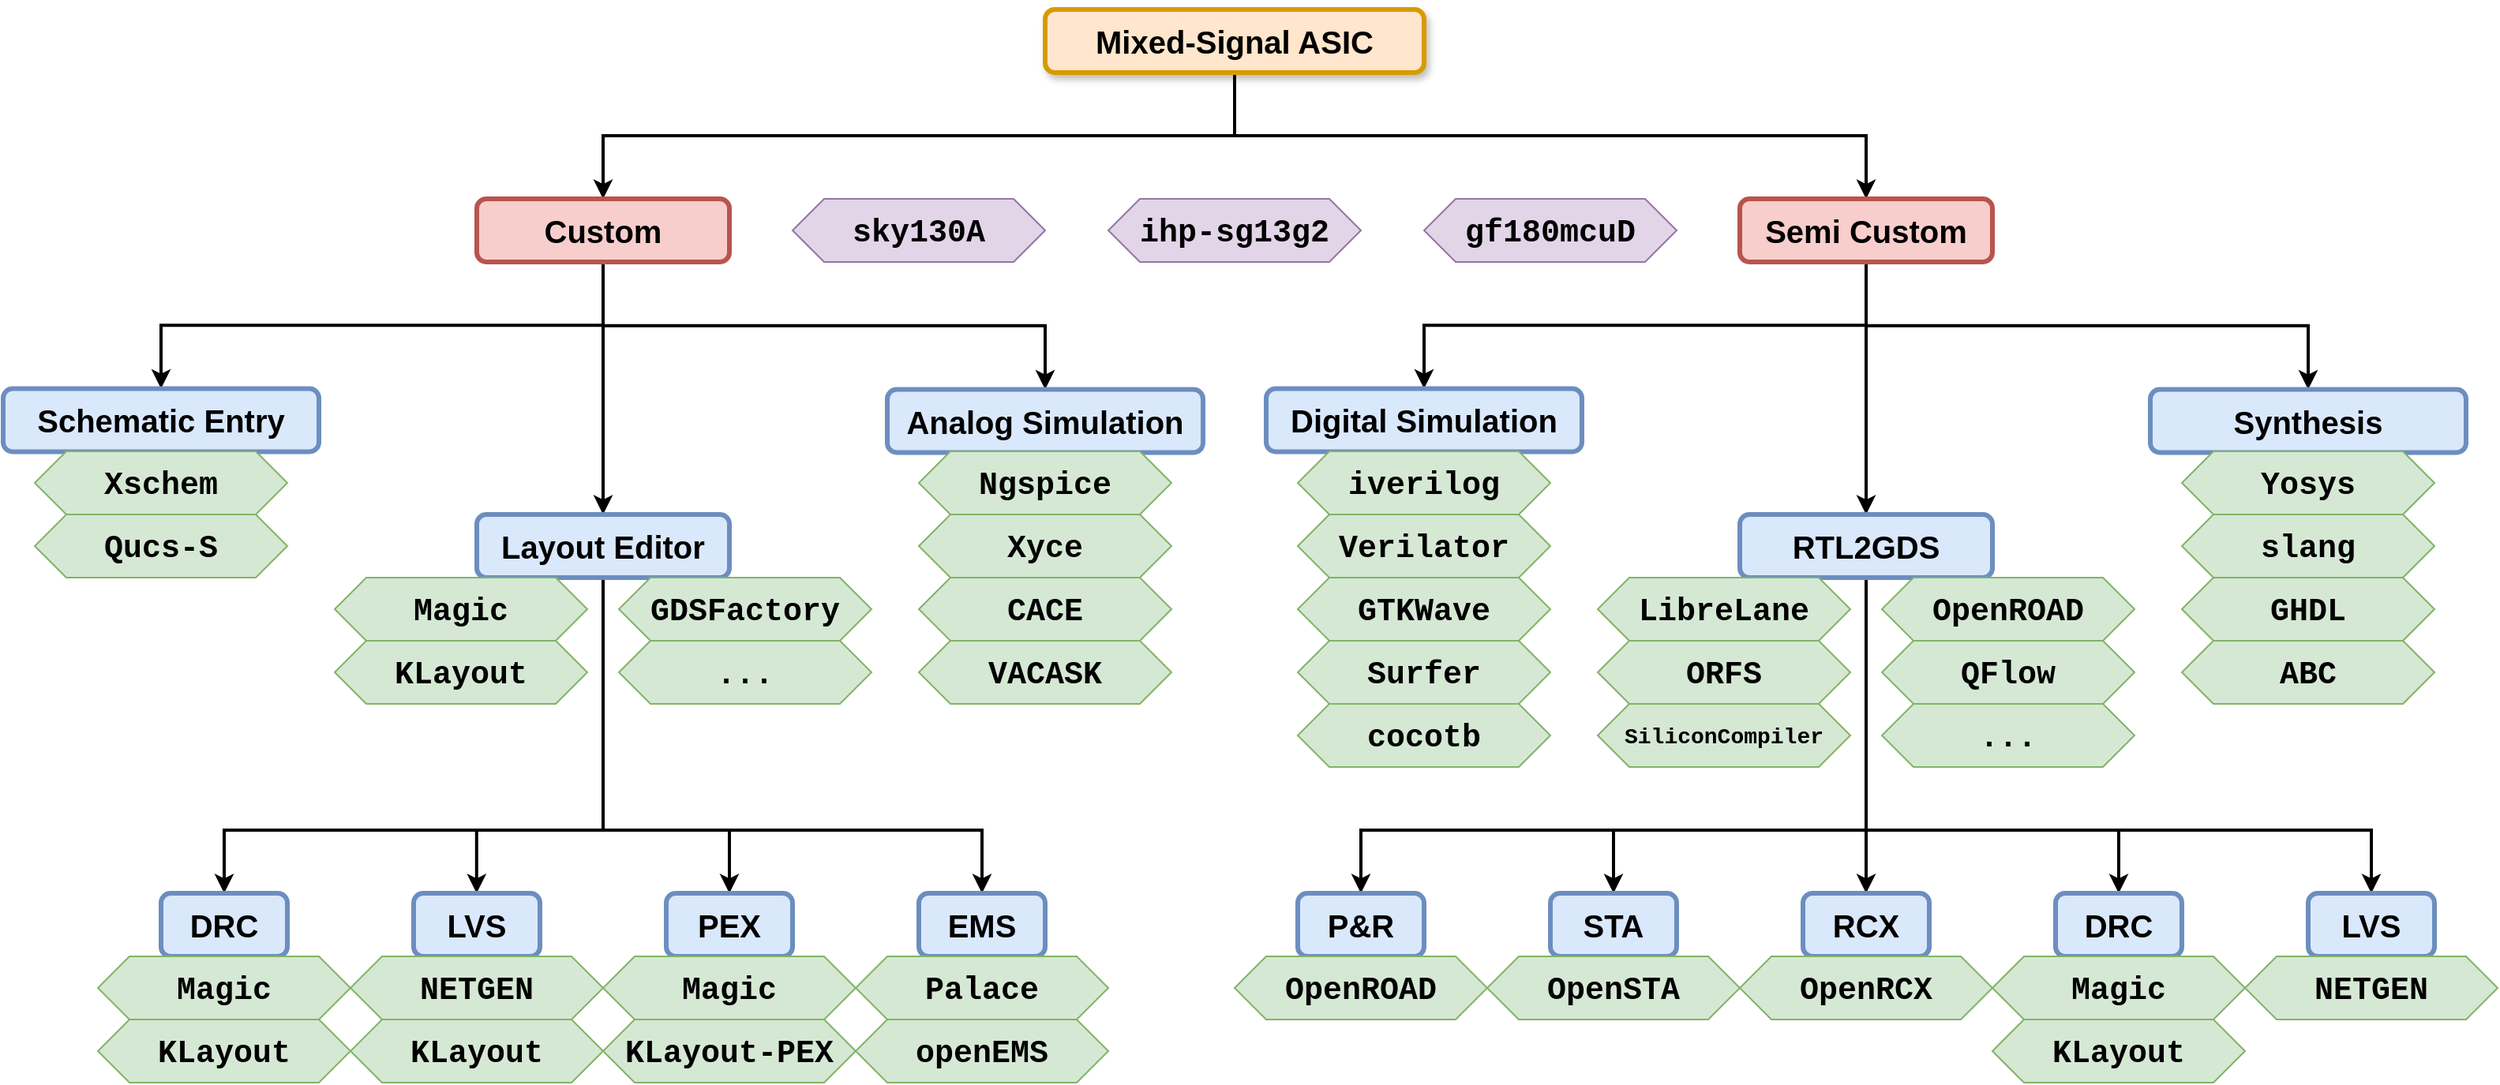
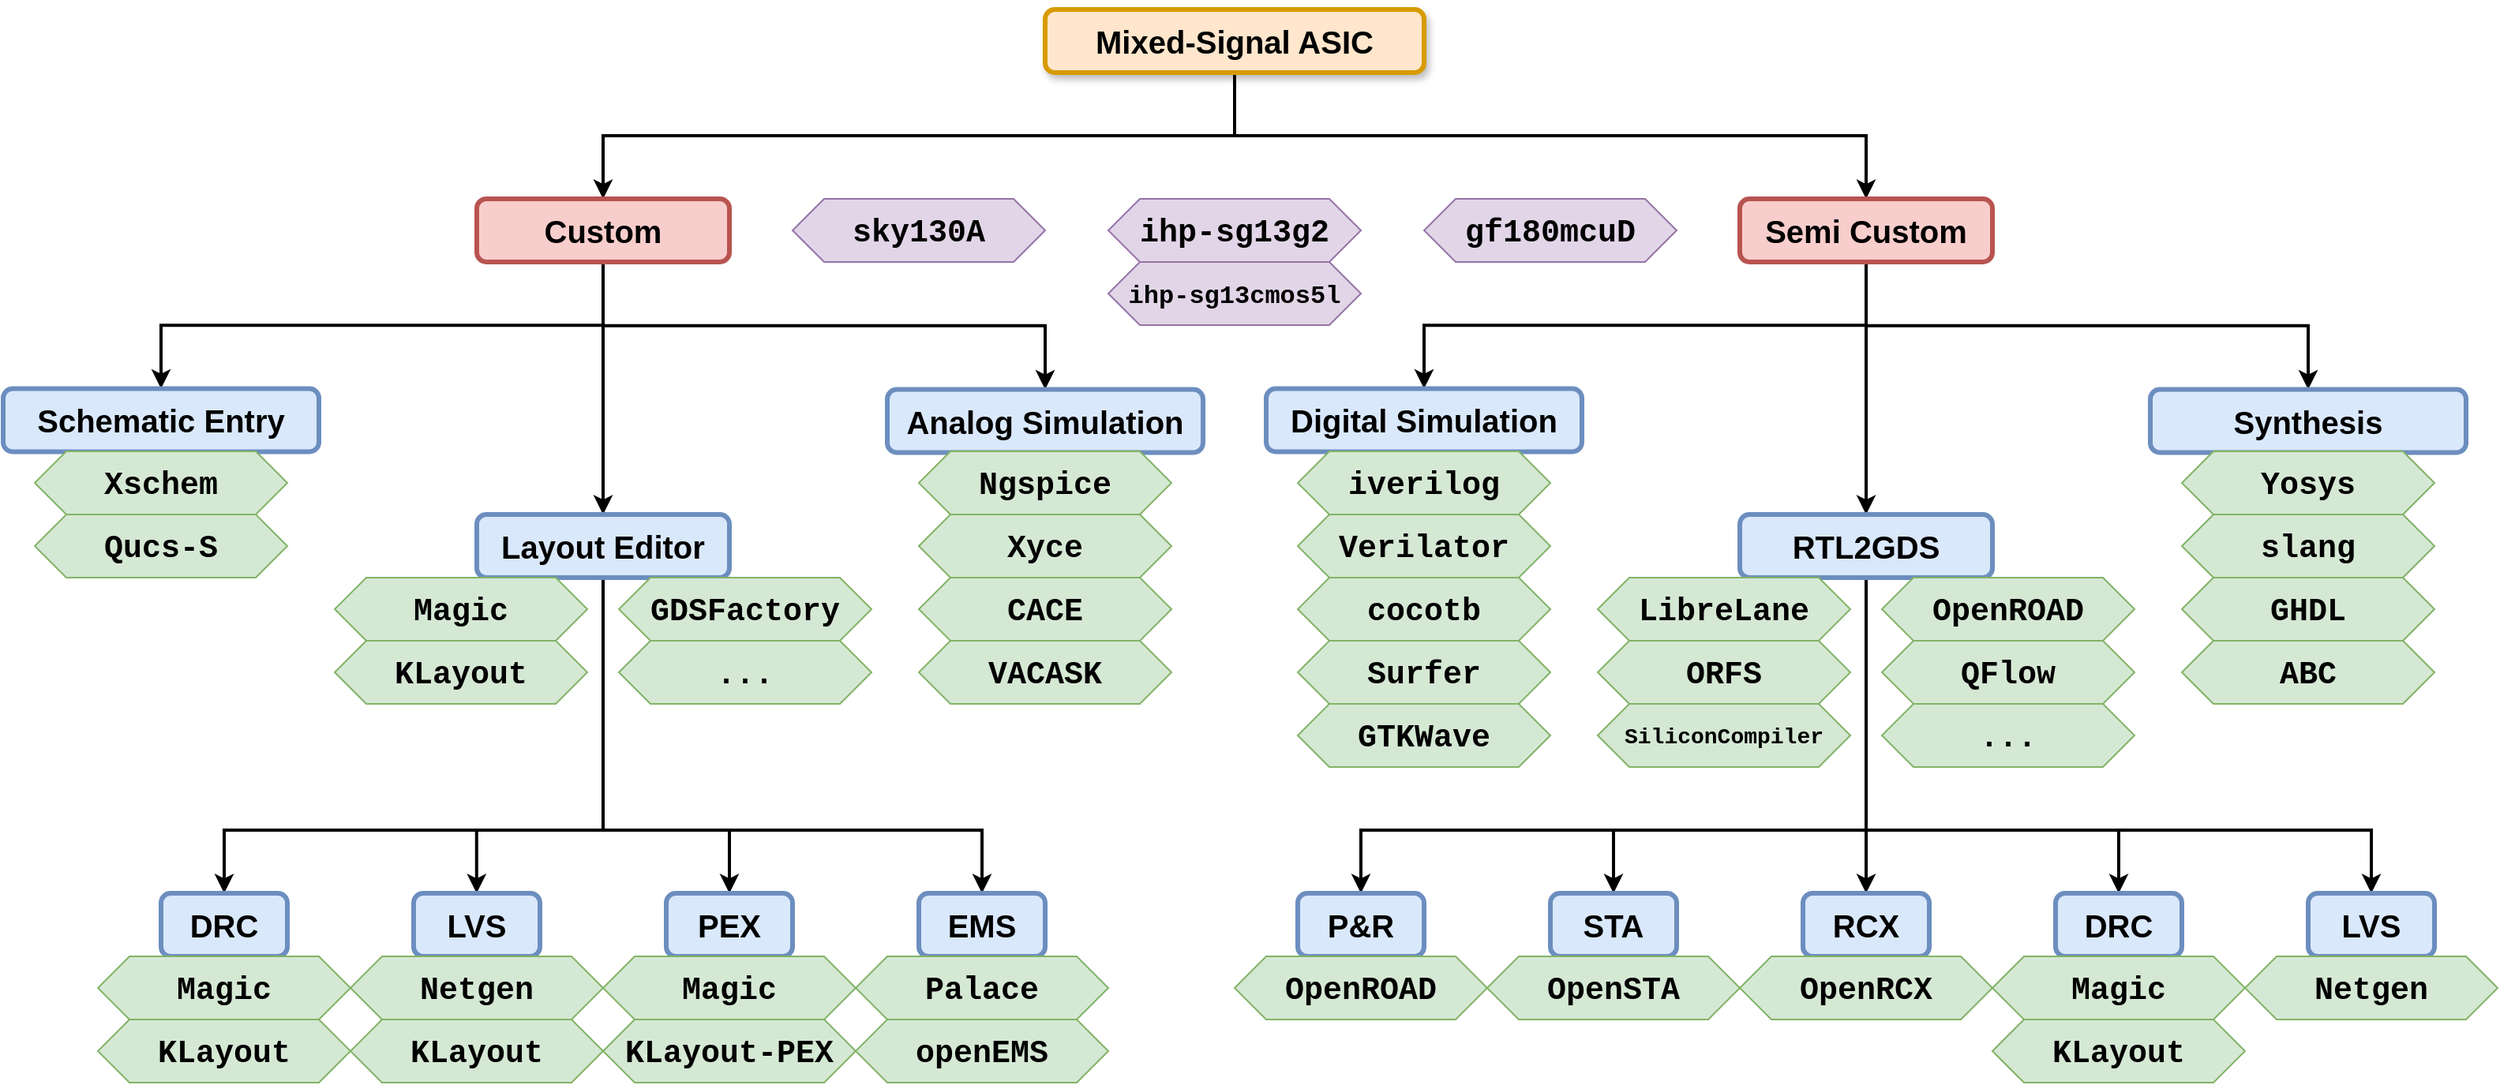
<mxfile host="Electron" agent="Mozilla/5.0 (Windows NT 10.0; Win64; x64) AppleWebKit/537.36 (KHTML, like Gecko) draw.io/29.0.3 Chrome/140.0.7339.249 Electron/38.7.0 Safari/537.36" version="29.0.3">
  <diagram id="prtHgNgQTEPvFCAcTncT" name="Page-1">
-     <mxGraphModel dx="4021" dy="1682" grid="1" gridSize="5" guides="1" tooltips="1" connect="1" arrows="1" fold="1" page="1" pageScale="1" pageWidth="1169" pageHeight="827" math="0" shadow="0">
+     <mxGraphModel dx="3762" dy="1529" grid="1" gridSize="5" guides="1" tooltips="1" connect="1" arrows="1" fold="1" page="1" pageScale="1" pageWidth="1169" pageHeight="827" math="0" shadow="0">
      <root>
        <mxCell id="0" />
        <mxCell id="1" parent="0" />
        <mxCell id="1SnvHYtuo_ZoE9YDmTRp-4" value="" style="endArrow=classic;html=1;rounded=0;exitX=0.5;exitY=1;exitDx=0;exitDy=0;entryX=0.5;entryY=0;entryDx=0;entryDy=0;strokeWidth=2;" parent="1" edge="1">
          <mxGeometry width="50" height="50" relative="1" as="geometry">
            <mxPoint x="-400" y="480" as="sourcePoint" />
            <mxPoint x="-160" y="680" as="targetPoint" />
            <Array as="points">
              <mxPoint x="-400" y="640" />
              <mxPoint x="-160" y="640" />
            </Array>
          </mxGeometry>
        </mxCell>
        <mxCell id="1SnvHYtuo_ZoE9YDmTRp-3" value="" style="endArrow=classic;html=1;rounded=0;entryX=0.5;entryY=0;entryDx=0;entryDy=0;strokeWidth=2;" parent="1" edge="1">
          <mxGeometry width="50" height="50" relative="1" as="geometry">
            <mxPoint x="-320" y="640" as="sourcePoint" />
            <mxPoint x="-320" y="680" as="targetPoint" />
          </mxGeometry>
        </mxCell>
        <mxCell id="1SnvHYtuo_ZoE9YDmTRp-1" value="" style="endArrow=classic;html=1;rounded=0;entryX=0.5;entryY=0;entryDx=0;entryDy=0;strokeWidth=2;" parent="1" edge="1">
          <mxGeometry width="50" height="50" relative="1" as="geometry">
            <mxPoint x="-480.1100000000001" y="640" as="sourcePoint" />
            <mxPoint x="-480.1100000000001" y="680" as="targetPoint" />
          </mxGeometry>
        </mxCell>
        <mxCell id="1SnvHYtuo_ZoE9YDmTRp-2" value="" style="endArrow=classic;html=1;rounded=0;entryX=0.5;entryY=0;entryDx=0;entryDy=0;strokeWidth=2;" parent="1" edge="1">
          <mxGeometry width="50" height="50" relative="1" as="geometry">
            <mxPoint x="-400" y="640" as="sourcePoint" />
            <mxPoint x="-640" y="680" as="targetPoint" />
            <Array as="points">
              <mxPoint x="-640" y="640" />
            </Array>
          </mxGeometry>
        </mxCell>
        <mxCell id="wRJUsqaj3EaXkqv8DZmw-9" style="edgeStyle=orthogonalEdgeStyle;rounded=0;orthogonalLoop=1;jettySize=auto;html=1;entryX=0.5;entryY=0;entryDx=0;entryDy=0;fillColor=#dae8fc;strokeColor=default;strokeWidth=2;verticalAlign=middle;" parent="1" source="OX4cqdgMt6-KEVQS3jfD-2" target="OX4cqdgMt6-KEVQS3jfD-6" edge="1">
          <mxGeometry relative="1" as="geometry" />
        </mxCell>
        <mxCell id="OX4cqdgMt6-KEVQS3jfD-11" style="edgeStyle=orthogonalEdgeStyle;rounded=0;orthogonalLoop=1;jettySize=auto;html=1;exitX=0.5;exitY=1;exitDx=0;exitDy=0;entryX=0.5;entryY=0;entryDx=0;entryDy=0;fontSize=20;fillColor=#dae8fc;strokeColor=default;strokeWidth=2;shadow=0;sketch=0;curveFitting=1;jiggle=2;fontStyle=1;verticalAlign=middle;" parent="1" target="OX4cqdgMt6-KEVQS3jfD-3" edge="1">
          <mxGeometry relative="1" as="geometry">
            <mxPoint x="-20" y="160" as="sourcePoint" />
            <Array as="points">
              <mxPoint y="160" />
              <mxPoint y="200" />
              <mxPoint x="400" y="200" />
            </Array>
          </mxGeometry>
        </mxCell>
        <mxCell id="OX4cqdgMt6-KEVQS3jfD-10" style="edgeStyle=orthogonalEdgeStyle;rounded=0;orthogonalLoop=1;jettySize=auto;html=1;exitX=0.5;exitY=1;exitDx=0;exitDy=0;fontSize=20;fillColor=#dae8fc;strokeColor=default;strokeWidth=2;shadow=0;sketch=0;curveFitting=1;jiggle=2;fontStyle=1;verticalAlign=middle;" parent="1" target="OX4cqdgMt6-KEVQS3jfD-2" edge="1">
          <mxGeometry relative="1" as="geometry">
            <mxPoint x="-60" y="160.0000000000001" as="sourcePoint" />
            <Array as="points">
              <mxPoint y="160" />
              <mxPoint y="200" />
              <mxPoint x="-400" y="200" />
            </Array>
          </mxGeometry>
        </mxCell>
        <mxCell id="Y15wIVVsu7KqYXrmhGja-7" style="edgeStyle=orthogonalEdgeStyle;rounded=0;orthogonalLoop=1;jettySize=auto;html=1;entryX=0.5;entryY=0;entryDx=0;entryDy=0;fillColor=#dae8fc;strokeColor=default;strokeWidth=2;verticalAlign=middle;" parent="1" source="OX4cqdgMt6-KEVQS3jfD-3" target="OX4cqdgMt6-KEVQS3jfD-21" edge="1">
          <mxGeometry relative="1" as="geometry" />
        </mxCell>
        <mxCell id="OX4cqdgMt6-KEVQS3jfD-28" style="edgeStyle=orthogonalEdgeStyle;rounded=0;orthogonalLoop=1;jettySize=auto;html=1;exitX=0.5;exitY=1;exitDx=0;exitDy=0;fontSize=20;fillColor=#dae8fc;strokeColor=default;strokeWidth=2;shadow=0;sketch=0;curveFitting=1;jiggle=2;fontStyle=1;verticalAlign=middle;" parent="1" source="OX4cqdgMt6-KEVQS3jfD-3" target="OX4cqdgMt6-KEVQS3jfD-20" edge="1">
          <mxGeometry relative="1" as="geometry" />
        </mxCell>
        <mxCell id="OX4cqdgMt6-KEVQS3jfD-29" style="edgeStyle=orthogonalEdgeStyle;rounded=0;orthogonalLoop=1;jettySize=auto;html=1;exitX=0.5;exitY=1;exitDx=0;exitDy=0;entryX=0.5;entryY=0;entryDx=0;entryDy=0;fontSize=20;fillColor=#dae8fc;strokeColor=default;strokeWidth=2;shadow=0;sketch=0;curveFitting=1;jiggle=2;fontStyle=1;verticalAlign=middle;" parent="1" source="OX4cqdgMt6-KEVQS3jfD-3" target="OX4cqdgMt6-KEVQS3jfD-26" edge="1">
          <mxGeometry relative="1" as="geometry" />
        </mxCell>
        <mxCell id="OX4cqdgMt6-KEVQS3jfD-1" value="Mixed-Signal ASIC" style="rounded=1;whiteSpace=wrap;html=1;fontSize=20;fillColor=#ffe6cc;strokeColor=#d79b00;strokeWidth=3;shadow=1;sketch=0;curveFitting=1;jiggle=2;fontStyle=1;verticalAlign=middle;" parent="1" vertex="1">
          <mxGeometry x="-120" y="120" width="240" height="40" as="geometry" />
        </mxCell>
        <mxCell id="OX4cqdgMt6-KEVQS3jfD-12" style="edgeStyle=orthogonalEdgeStyle;rounded=0;orthogonalLoop=1;jettySize=auto;html=1;exitX=0.5;exitY=1;exitDx=0;exitDy=0;entryX=0.5;entryY=0;entryDx=0;entryDy=0;fontSize=20;fillColor=#dae8fc;strokeColor=default;strokeWidth=2;shadow=0;sketch=0;curveFitting=1;jiggle=2;fontStyle=1;verticalAlign=middle;" parent="1" source="OX4cqdgMt6-KEVQS3jfD-2" target="OX4cqdgMt6-KEVQS3jfD-4" edge="1">
          <mxGeometry relative="1" as="geometry" />
        </mxCell>
        <mxCell id="OX4cqdgMt6-KEVQS3jfD-13" style="edgeStyle=orthogonalEdgeStyle;rounded=0;orthogonalLoop=1;jettySize=auto;html=1;exitX=0.5;exitY=1;exitDx=0;exitDy=0;fontSize=20;fillColor=#dae8fc;strokeColor=default;strokeWidth=2;shadow=0;sketch=0;curveFitting=1;jiggle=2;fontStyle=1;entryX=0.5;entryY=0;entryDx=0;entryDy=0;verticalAlign=middle;" parent="1" source="OX4cqdgMt6-KEVQS3jfD-2" target="OX4cqdgMt6-KEVQS3jfD-5" edge="1">
          <mxGeometry relative="1" as="geometry">
            <mxPoint x="-200" y="360" as="targetPoint" />
          </mxGeometry>
        </mxCell>
        <mxCell id="OX4cqdgMt6-KEVQS3jfD-2" value="Custom" style="rounded=1;whiteSpace=wrap;html=1;fontSize=20;fillColor=#f8cecc;strokeColor=#b85450;strokeWidth=3;shadow=0;sketch=0;curveFitting=1;jiggle=2;fontStyle=1;verticalAlign=middle;" parent="1" vertex="1">
          <mxGeometry x="-480" y="240" width="160" height="40" as="geometry" />
        </mxCell>
        <mxCell id="OX4cqdgMt6-KEVQS3jfD-3" value="Semi Custom" style="rounded=1;whiteSpace=wrap;html=1;fontSize=20;fillColor=#f8cecc;strokeColor=#b85450;strokeWidth=3;shadow=0;glass=0;sketch=0;curveFitting=1;jiggle=2;fontStyle=1;verticalAlign=middle;" parent="1" vertex="1">
          <mxGeometry x="320" y="240" width="160" height="40" as="geometry" />
        </mxCell>
        <mxCell id="OX4cqdgMt6-KEVQS3jfD-4" value="Schematic Entry" style="rounded=1;whiteSpace=wrap;html=1;fontSize=20;fillColor=#dae8fc;strokeColor=#6c8ebf;strokeWidth=3;shadow=0;sketch=0;curveFitting=1;jiggle=2;fontStyle=1;verticalAlign=middle;" parent="1" vertex="1">
          <mxGeometry x="-780" y="360.25" width="200" height="40" as="geometry" />
        </mxCell>
        <mxCell id="OX4cqdgMt6-KEVQS3jfD-5" value="Analog Simulation" style="rounded=1;whiteSpace=wrap;html=1;fontSize=20;fillColor=#dae8fc;strokeColor=#6c8ebf;strokeWidth=3;shadow=0;sketch=0;curveFitting=1;jiggle=2;fontStyle=1;verticalAlign=middle;" parent="1" vertex="1">
          <mxGeometry x="-220" y="360.75" width="200" height="40" as="geometry" />
        </mxCell>
        <mxCell id="OX4cqdgMt6-KEVQS3jfD-6" value="Layout Editor" style="rounded=1;whiteSpace=wrap;html=1;fontSize=20;fillColor=#dae8fc;strokeColor=#6c8ebf;strokeWidth=3;shadow=0;sketch=0;curveFitting=1;jiggle=2;fontStyle=1;verticalAlign=middle;" parent="1" vertex="1">
          <mxGeometry x="-480" y="440" width="160" height="40" as="geometry" />
        </mxCell>
        <mxCell id="OX4cqdgMt6-KEVQS3jfD-7" value="DRC" style="rounded=1;whiteSpace=wrap;html=1;fontSize=20;fillColor=#dae8fc;strokeColor=#6c8ebf;strokeWidth=3;shadow=0;sketch=0;curveFitting=1;jiggle=2;fontStyle=1;verticalAlign=middle;" parent="1" vertex="1">
          <mxGeometry x="-680" y="680" width="80" height="40" as="geometry" />
        </mxCell>
        <mxCell id="OX4cqdgMt6-KEVQS3jfD-8" value="LVS" style="rounded=1;whiteSpace=wrap;html=1;fontSize=20;fillColor=#dae8fc;strokeColor=#6c8ebf;strokeWidth=3;shadow=0;sketch=0;curveFitting=1;jiggle=2;fontStyle=1;verticalAlign=middle;" parent="1" vertex="1">
          <mxGeometry x="-520" y="680" width="80" height="40" as="geometry" />
        </mxCell>
        <mxCell id="OX4cqdgMt6-KEVQS3jfD-15" value="PEX" style="rounded=1;whiteSpace=wrap;html=1;fontSize=20;fillColor=#dae8fc;strokeColor=#6c8ebf;strokeWidth=3;shadow=0;sketch=0;curveFitting=1;jiggle=2;fontStyle=1;verticalAlign=middle;" parent="1" vertex="1">
          <mxGeometry x="-360" y="680" width="80" height="40" as="geometry" />
        </mxCell>
        <mxCell id="OX4cqdgMt6-KEVQS3jfD-20" value="Digital Simulation" style="rounded=1;whiteSpace=wrap;html=1;fontSize=20;fillColor=#dae8fc;strokeColor=#6c8ebf;strokeWidth=3;shadow=0;sketch=0;curveFitting=1;jiggle=2;fontStyle=1;verticalAlign=middle;" parent="1" vertex="1">
          <mxGeometry x="20" y="360.25" width="200" height="40" as="geometry" />
        </mxCell>
        <mxCell id="OX4cqdgMt6-KEVQS3jfD-31" style="edgeStyle=orthogonalEdgeStyle;rounded=0;orthogonalLoop=1;jettySize=auto;html=1;exitX=0.5;exitY=1;exitDx=0;exitDy=0;fontSize=20;fillColor=#dae8fc;strokeColor=default;strokeWidth=2;shadow=0;sketch=0;curveFitting=1;jiggle=2;fontStyle=1;entryX=0.5;entryY=0;entryDx=0;entryDy=0;verticalAlign=middle;" parent="1" source="OX4cqdgMt6-KEVQS3jfD-21" target="OX4cqdgMt6-KEVQS3jfD-22" edge="1">
          <mxGeometry relative="1" as="geometry">
            <Array as="points">
              <mxPoint x="360" y="640" />
              <mxPoint x="40" y="640" />
            </Array>
          </mxGeometry>
        </mxCell>
        <mxCell id="OX4cqdgMt6-KEVQS3jfD-32" style="edgeStyle=orthogonalEdgeStyle;rounded=0;orthogonalLoop=1;jettySize=auto;html=1;exitX=0.5;exitY=1;exitDx=0;exitDy=0;entryX=0.5;entryY=0;entryDx=0;entryDy=0;fontSize=20;fillColor=#dae8fc;strokeColor=default;strokeWidth=2;shadow=0;sketch=0;curveFitting=1;jiggle=2;fontStyle=1;verticalAlign=middle;" parent="1" source="OX4cqdgMt6-KEVQS3jfD-21" target="OX4cqdgMt6-KEVQS3jfD-23" edge="1">
          <mxGeometry relative="1" as="geometry">
            <Array as="points">
              <mxPoint x="280" y="640" />
              <mxPoint x="120" y="640" />
            </Array>
          </mxGeometry>
        </mxCell>
        <mxCell id="OX4cqdgMt6-KEVQS3jfD-33" style="edgeStyle=orthogonalEdgeStyle;rounded=0;orthogonalLoop=1;jettySize=auto;html=1;exitX=0.5;exitY=1;exitDx=0;exitDy=0;entryX=0.5;entryY=0;entryDx=0;entryDy=0;fontSize=20;fillColor=#dae8fc;strokeColor=default;strokeWidth=2;shadow=0;sketch=0;curveFitting=1;jiggle=2;fontStyle=1;verticalAlign=middle;" parent="1" source="OX4cqdgMt6-KEVQS3jfD-21" target="OX4cqdgMt6-KEVQS3jfD-24" edge="1">
          <mxGeometry relative="1" as="geometry">
            <Array as="points">
              <mxPoint x="360" y="640" />
              <mxPoint x="520" y="640" />
            </Array>
          </mxGeometry>
        </mxCell>
        <mxCell id="OX4cqdgMt6-KEVQS3jfD-34" style="edgeStyle=orthogonalEdgeStyle;rounded=0;orthogonalLoop=1;jettySize=auto;html=1;exitX=0.5;exitY=1;exitDx=0;exitDy=0;entryX=0.5;entryY=0;entryDx=0;entryDy=0;fontSize=20;fillColor=#dae8fc;strokeColor=default;strokeWidth=2;shadow=0;sketch=0;curveFitting=1;jiggle=2;fontStyle=1;verticalAlign=middle;" parent="1" source="OX4cqdgMt6-KEVQS3jfD-21" target="OX4cqdgMt6-KEVQS3jfD-25" edge="1">
          <mxGeometry relative="1" as="geometry">
            <Array as="points">
              <mxPoint x="360" y="640" />
              <mxPoint x="680" y="640" />
            </Array>
          </mxGeometry>
        </mxCell>
        <mxCell id="OX4cqdgMt6-KEVQS3jfD-37" style="edgeStyle=orthogonalEdgeStyle;rounded=0;orthogonalLoop=1;jettySize=auto;html=1;exitX=0.5;exitY=1;exitDx=0;exitDy=0;entryX=0.5;entryY=0;entryDx=0;entryDy=0;fontSize=20;fillColor=#dae8fc;strokeColor=default;strokeWidth=2;shadow=0;sketch=0;curveFitting=1;jiggle=2;fontStyle=1;verticalAlign=middle;" parent="1" source="OX4cqdgMt6-KEVQS3jfD-21" target="OX4cqdgMt6-KEVQS3jfD-35" edge="1">
          <mxGeometry relative="1" as="geometry">
            <Array as="points">
              <mxPoint x="400" y="520" />
              <mxPoint x="400" y="680" />
            </Array>
          </mxGeometry>
        </mxCell>
        <mxCell id="OX4cqdgMt6-KEVQS3jfD-21" value="RTL2GDS" style="rounded=1;whiteSpace=wrap;html=1;fontSize=20;fillColor=#dae8fc;strokeColor=#6c8ebf;strokeWidth=3;shadow=0;sketch=0;curveFitting=1;jiggle=2;fontStyle=1;verticalAlign=middle;" parent="1" vertex="1">
          <mxGeometry x="320" y="440" width="160" height="40" as="geometry" />
        </mxCell>
        <mxCell id="OX4cqdgMt6-KEVQS3jfD-22" value="P&amp;amp;R" style="rounded=1;whiteSpace=wrap;html=1;fontSize=20;fillColor=#dae8fc;strokeColor=#6c8ebf;strokeWidth=3;shadow=0;sketch=0;curveFitting=1;jiggle=2;fontStyle=1;verticalAlign=middle;" parent="1" vertex="1">
          <mxGeometry x="40" y="680" width="80" height="40" as="geometry" />
        </mxCell>
        <mxCell id="OX4cqdgMt6-KEVQS3jfD-23" value="STA" style="rounded=1;whiteSpace=wrap;html=1;fontSize=20;fillColor=#dae8fc;strokeColor=#6c8ebf;strokeWidth=3;shadow=0;sketch=0;curveFitting=1;jiggle=2;fontStyle=1;verticalAlign=middle;" parent="1" vertex="1">
          <mxGeometry x="200" y="680" width="80" height="40" as="geometry" />
        </mxCell>
        <mxCell id="OX4cqdgMt6-KEVQS3jfD-24" value="DRC" style="rounded=1;whiteSpace=wrap;html=1;fontSize=20;fillColor=#dae8fc;strokeColor=#6c8ebf;strokeWidth=3;shadow=0;sketch=0;curveFitting=1;jiggle=2;fontStyle=1;verticalAlign=middle;" parent="1" vertex="1">
          <mxGeometry x="520" y="680" width="80" height="40" as="geometry" />
        </mxCell>
        <mxCell id="OX4cqdgMt6-KEVQS3jfD-25" value="LVS" style="rounded=1;whiteSpace=wrap;html=1;fontSize=20;fillColor=#dae8fc;strokeColor=#6c8ebf;strokeWidth=3;shadow=0;sketch=0;curveFitting=1;jiggle=2;fontStyle=1;verticalAlign=middle;" parent="1" vertex="1">
          <mxGeometry x="680" y="680" width="80" height="40" as="geometry" />
        </mxCell>
        <mxCell id="OX4cqdgMt6-KEVQS3jfD-26" value="Synthesis" style="rounded=1;whiteSpace=wrap;html=1;fontSize=20;fillColor=#dae8fc;strokeColor=#6c8ebf;strokeWidth=3;shadow=0;sketch=0;curveFitting=1;jiggle=2;fontStyle=1;verticalAlign=middle;" parent="1" vertex="1">
          <mxGeometry x="580" y="360.75" width="200" height="40" as="geometry" />
        </mxCell>
        <mxCell id="OX4cqdgMt6-KEVQS3jfD-35" value="RCX" style="rounded=1;whiteSpace=wrap;html=1;fontSize=20;fillColor=#dae8fc;strokeColor=#6c8ebf;strokeWidth=3;shadow=0;sketch=0;curveFitting=1;jiggle=2;fontStyle=1;verticalAlign=middle;" parent="1" vertex="1">
          <mxGeometry x="360" y="680" width="80" height="40" as="geometry" />
        </mxCell>
        <mxCell id="4_fJTcY9lJx25W9dE6T1-3" value="&lt;font face=&quot;Courier New&quot;&gt;&lt;b&gt;Xschem&lt;/b&gt;&lt;/font&gt;" style="shape=hexagon;perimeter=hexagonPerimeter2;whiteSpace=wrap;html=1;fixedSize=1;fontSize=20;fillColor=#d5e8d4;strokeColor=#82b366;sketch=0;curveFitting=1;jiggle=2;verticalAlign=middle;" parent="1" vertex="1">
          <mxGeometry x="-760" y="400" width="160" height="40" as="geometry" />
        </mxCell>
        <mxCell id="4_fJTcY9lJx25W9dE6T1-4" value="&lt;font face=&quot;Courier New&quot;&gt;&lt;b&gt;Ngspice&lt;/b&gt;&lt;/font&gt;" style="shape=hexagon;perimeter=hexagonPerimeter2;whiteSpace=wrap;html=1;fixedSize=1;fontSize=20;fillColor=#d5e8d4;strokeColor=#82b366;sketch=0;curveFitting=1;jiggle=2;verticalAlign=middle;" parent="1" vertex="1">
          <mxGeometry x="-200" y="400" width="160" height="40" as="geometry" />
        </mxCell>
        <mxCell id="4_fJTcY9lJx25W9dE6T1-5" value="&lt;font face=&quot;Courier New&quot;&gt;&lt;b&gt;Xyce&lt;/b&gt;&lt;/font&gt;" style="shape=hexagon;perimeter=hexagonPerimeter2;whiteSpace=wrap;html=1;fixedSize=1;fontSize=20;fillColor=#d5e8d4;strokeColor=#82b366;sketch=0;curveFitting=1;jiggle=2;verticalAlign=middle;" parent="1" vertex="1">
          <mxGeometry x="-200" y="440" width="160" height="40" as="geometry" />
        </mxCell>
        <mxCell id="4_fJTcY9lJx25W9dE6T1-7" value="&lt;font face=&quot;Courier New&quot;&gt;&lt;b&gt;KLayout&lt;/b&gt;&lt;/font&gt;" style="shape=hexagon;perimeter=hexagonPerimeter2;whiteSpace=wrap;html=1;fixedSize=1;fontSize=20;fillColor=#d5e8d4;strokeColor=#82b366;sketch=0;curveFitting=1;jiggle=2;verticalAlign=middle;" parent="1" vertex="1">
          <mxGeometry x="-570" y="520" width="160" height="40" as="geometry" />
        </mxCell>
        <mxCell id="4_fJTcY9lJx25W9dE6T1-9" value="&lt;font face=&quot;Courier New&quot;&gt;&lt;b&gt;Magic&lt;/b&gt;&lt;/font&gt;" style="shape=hexagon;perimeter=hexagonPerimeter2;whiteSpace=wrap;html=1;fixedSize=1;fontSize=20;fillColor=#d5e8d4;strokeColor=#82b366;sketch=0;curveFitting=1;jiggle=2;verticalAlign=middle;" parent="1" vertex="1">
          <mxGeometry x="-570" y="480" width="160" height="40" as="geometry" />
        </mxCell>
        <mxCell id="4_fJTcY9lJx25W9dE6T1-10" value="&lt;b&gt;&lt;font face=&quot;Courier New&quot;&gt;iverilog&lt;/font&gt;&lt;/b&gt;" style="shape=hexagon;perimeter=hexagonPerimeter2;whiteSpace=wrap;html=1;fixedSize=1;fontSize=20;fillColor=#d5e8d4;strokeColor=#82b366;sketch=0;curveFitting=1;jiggle=2;verticalAlign=middle;" parent="1" vertex="1">
          <mxGeometry x="40" y="400" width="160" height="40" as="geometry" />
        </mxCell>
        <mxCell id="4_fJTcY9lJx25W9dE6T1-11" value="&lt;b&gt;&lt;font face=&quot;Courier New&quot;&gt;Verilator&lt;/font&gt;&lt;/b&gt;" style="shape=hexagon;perimeter=hexagonPerimeter2;whiteSpace=wrap;html=1;fixedSize=1;fontSize=20;fillColor=#d5e8d4;strokeColor=#82b366;sketch=0;curveFitting=1;jiggle=2;verticalAlign=middle;" parent="1" vertex="1">
          <mxGeometry x="40" y="440" width="160" height="40" as="geometry" />
        </mxCell>
        <mxCell id="4_fJTcY9lJx25W9dE6T1-12" value="&lt;font face=&quot;Courier New&quot;&gt;&lt;b&gt;Yosys&lt;/b&gt;&lt;/font&gt;" style="shape=hexagon;perimeter=hexagonPerimeter2;whiteSpace=wrap;html=1;fixedSize=1;fontSize=20;fillColor=#d5e8d4;strokeColor=#82b366;sketch=0;curveFitting=1;jiggle=2;verticalAlign=middle;" parent="1" vertex="1">
          <mxGeometry x="600" y="400" width="160" height="40" as="geometry" />
        </mxCell>
        <mxCell id="4_fJTcY9lJx25W9dE6T1-14" value="&lt;b&gt;&lt;font face=&quot;Courier New&quot;&gt;OpenROAD&lt;/font&gt;&lt;/b&gt;" style="shape=hexagon;perimeter=hexagonPerimeter2;whiteSpace=wrap;html=1;fixedSize=1;fontSize=20;fillColor=#d5e8d4;strokeColor=#82b366;sketch=0;curveFitting=1;jiggle=2;verticalAlign=middle;" parent="1" vertex="1">
          <mxGeometry x="410" y="480" width="160" height="40" as="geometry" />
        </mxCell>
        <mxCell id="FdMM1S6p_5ng1iaDet82-1" value="&lt;b style=&quot;font-family: &amp;quot;Courier New&amp;quot;;&quot;&gt;KLayout&lt;/b&gt;" style="shape=hexagon;perimeter=hexagonPerimeter2;whiteSpace=wrap;html=1;fixedSize=1;fontSize=20;fillColor=#d5e8d4;strokeColor=#82b366;sketch=0;curveFitting=1;jiggle=2;verticalAlign=middle;" parent="1" vertex="1">
          <mxGeometry x="-720" y="760" width="160" height="40" as="geometry" />
        </mxCell>
        <mxCell id="FdMM1S6p_5ng1iaDet82-2" value="&lt;b style=&quot;font-family: &amp;quot;Courier New&amp;quot;;&quot;&gt;Magic&lt;/b&gt;" style="shape=hexagon;perimeter=hexagonPerimeter2;whiteSpace=wrap;html=1;fixedSize=1;fontSize=20;fillColor=#d5e8d4;strokeColor=#82b366;sketch=0;curveFitting=1;jiggle=2;verticalAlign=middle;" parent="1" vertex="1">
          <mxGeometry x="-720" y="720" width="160" height="40" as="geometry" />
        </mxCell>
        <mxCell id="FdMM1S6p_5ng1iaDet82-3" value="&lt;b style=&quot;font-family: &amp;quot;Courier New&amp;quot;;&quot;&gt;Magic&lt;/b&gt;" style="shape=hexagon;perimeter=hexagonPerimeter2;whiteSpace=wrap;html=1;fixedSize=1;fontSize=20;fillColor=#d5e8d4;strokeColor=#82b366;sketch=0;curveFitting=1;jiggle=2;verticalAlign=middle;" parent="1" vertex="1">
          <mxGeometry x="-400" y="720" width="160" height="40" as="geometry" />
        </mxCell>
-         <mxCell id="FdMM1S6p_5ng1iaDet82-4" value="&lt;b style=&quot;font-family: &amp;quot;Courier New&amp;quot;;&quot;&gt;NETGEN&lt;/b&gt;" style="shape=hexagon;perimeter=hexagonPerimeter2;whiteSpace=wrap;html=1;fixedSize=1;fontSize=20;fillColor=#d5e8d4;strokeColor=#82b366;sketch=0;curveFitting=1;jiggle=2;verticalAlign=middle;" parent="1" vertex="1">
+         <mxCell id="FdMM1S6p_5ng1iaDet82-4" value="&lt;b style=&quot;font-family: &amp;quot;Courier New&amp;quot;;&quot;&gt;Netgen&lt;/b&gt;" style="shape=hexagon;perimeter=hexagonPerimeter2;whiteSpace=wrap;html=1;fixedSize=1;fontSize=20;fillColor=#d5e8d4;strokeColor=#82b366;sketch=0;curveFitting=1;jiggle=2;verticalAlign=middle;" parent="1" vertex="1">
          <mxGeometry x="-560" y="720" width="160" height="40" as="geometry" />
        </mxCell>
        <mxCell id="FdMM1S6p_5ng1iaDet82-5" value="&lt;b style=&quot;font-family: &amp;quot;Courier New&amp;quot;;&quot;&gt;LibreLane&lt;/b&gt;" style="shape=hexagon;perimeter=hexagonPerimeter2;whiteSpace=wrap;html=1;fixedSize=1;fontSize=20;fillColor=#d5e8d4;strokeColor=#82b366;sketch=0;curveFitting=1;jiggle=2;verticalAlign=middle;" parent="1" vertex="1">
          <mxGeometry x="230" y="480" width="160" height="40" as="geometry" />
        </mxCell>
        <mxCell id="FdMM1S6p_5ng1iaDet82-6" value="&lt;b&gt;&lt;font face=&quot;Courier New&quot;&gt;OpenROAD&lt;/font&gt;&lt;/b&gt;" style="shape=hexagon;perimeter=hexagonPerimeter2;whiteSpace=wrap;html=1;fixedSize=1;fontSize=20;fillColor=#d5e8d4;strokeColor=#82b366;sketch=0;curveFitting=1;jiggle=2;verticalAlign=middle;" parent="1" vertex="1">
          <mxGeometry y="720" width="160" height="40" as="geometry" />
        </mxCell>
-         <mxCell id="FdMM1S6p_5ng1iaDet82-7" value="&lt;font face=&quot;Courier New&quot;&gt;&lt;b&gt;NETGEN&lt;/b&gt;&lt;/font&gt;" style="shape=hexagon;perimeter=hexagonPerimeter2;whiteSpace=wrap;html=1;fixedSize=1;fontSize=20;fillColor=#d5e8d4;strokeColor=#82b366;sketch=0;curveFitting=1;jiggle=2;verticalAlign=middle;" parent="1" vertex="1">
+         <mxCell id="FdMM1S6p_5ng1iaDet82-7" value="&lt;font face=&quot;Courier New&quot;&gt;&lt;b&gt;Netgen&lt;/b&gt;&lt;/font&gt;" style="shape=hexagon;perimeter=hexagonPerimeter2;whiteSpace=wrap;html=1;fixedSize=1;fontSize=20;fillColor=#d5e8d4;strokeColor=#82b366;sketch=0;curveFitting=1;jiggle=2;verticalAlign=middle;" parent="1" vertex="1">
          <mxGeometry x="640" y="720" width="160" height="40" as="geometry" />
        </mxCell>
        <mxCell id="FdMM1S6p_5ng1iaDet82-8" value="&lt;b style=&quot;font-family: &amp;quot;Courier New&amp;quot;;&quot;&gt;KLayout&lt;/b&gt;" style="shape=hexagon;perimeter=hexagonPerimeter2;whiteSpace=wrap;html=1;fixedSize=1;fontSize=20;fillColor=#d5e8d4;strokeColor=#82b366;sketch=0;curveFitting=1;jiggle=2;verticalAlign=middle;" parent="1" vertex="1">
          <mxGeometry x="480" y="760" width="160" height="40" as="geometry" />
        </mxCell>
        <mxCell id="FdMM1S6p_5ng1iaDet82-9" value="&lt;b style=&quot;font-family: &amp;quot;Courier New&amp;quot;;&quot;&gt;Magic&lt;/b&gt;" style="shape=hexagon;perimeter=hexagonPerimeter2;whiteSpace=wrap;html=1;fixedSize=1;fontSize=20;fillColor=#d5e8d4;strokeColor=#82b366;sketch=0;curveFitting=1;jiggle=2;verticalAlign=middle;" parent="1" vertex="1">
          <mxGeometry x="480" y="720" width="160" height="40" as="geometry" />
        </mxCell>
        <mxCell id="FdMM1S6p_5ng1iaDet82-10" value="&lt;font face=&quot;Courier New&quot;&gt;&lt;b&gt;sky130A&lt;/b&gt;&lt;/font&gt;" style="shape=hexagon;perimeter=hexagonPerimeter2;whiteSpace=wrap;html=1;fixedSize=1;fontSize=20;fillColor=#e1d5e7;strokeColor=#9673a6;sketch=0;curveFitting=1;jiggle=2;verticalAlign=middle;" parent="1" vertex="1">
          <mxGeometry x="-280" y="240" width="160" height="40" as="geometry" />
        </mxCell>
        <mxCell id="QCVJrUthSYx0OLDCklC6-1" value="&lt;font face=&quot;Courier New&quot;&gt;&lt;b&gt;Qucs-S&lt;/b&gt;&lt;/font&gt;" style="shape=hexagon;perimeter=hexagonPerimeter2;whiteSpace=wrap;html=1;fixedSize=1;fontSize=20;fillColor=#d5e8d4;strokeColor=#82b366;sketch=0;curveFitting=1;jiggle=2;verticalAlign=middle;" parent="1" vertex="1">
          <mxGeometry x="-760" y="440" width="160" height="40" as="geometry" />
        </mxCell>
        <mxCell id="QCVJrUthSYx0OLDCklC6-2" value="&lt;font face=&quot;Courier New&quot;&gt;&lt;b&gt;gf180mcuD&lt;/b&gt;&lt;/font&gt;" style="shape=hexagon;perimeter=hexagonPerimeter2;whiteSpace=wrap;html=1;fixedSize=1;fontSize=20;fillColor=#e1d5e7;strokeColor=#9673a6;sketch=0;curveFitting=1;jiggle=2;verticalAlign=middle;" parent="1" vertex="1">
          <mxGeometry x="120" y="240" width="160" height="40" as="geometry" />
        </mxCell>
        <mxCell id="QCVJrUthSYx0OLDCklC6-3" value="&lt;b style=&quot;font-family: &amp;quot;Courier New&amp;quot;;&quot;&gt;KLayout&lt;/b&gt;" style="shape=hexagon;perimeter=hexagonPerimeter2;whiteSpace=wrap;html=1;fixedSize=1;fontSize=20;fillColor=#d5e8d4;strokeColor=#82b366;sketch=0;curveFitting=1;jiggle=2;verticalAlign=middle;" parent="1" vertex="1">
          <mxGeometry x="-560" y="760" width="160" height="40" as="geometry" />
        </mxCell>
        <mxCell id="Qvge_kNMa0F2HOtWzDKr-1" value="&lt;font face=&quot;Courier New&quot;&gt;&lt;b&gt;OpenSTA&lt;/b&gt;&lt;/font&gt;" style="shape=hexagon;perimeter=hexagonPerimeter2;whiteSpace=wrap;html=1;fixedSize=1;fontSize=20;fillColor=#d5e8d4;strokeColor=#82b366;sketch=0;curveFitting=1;jiggle=2;verticalAlign=middle;" parent="1" vertex="1">
          <mxGeometry x="160" y="720" width="160" height="40" as="geometry" />
        </mxCell>
        <mxCell id="Qvge_kNMa0F2HOtWzDKr-2" value="&lt;font face=&quot;Courier New&quot;&gt;&lt;b&gt;OpenRCX&lt;/b&gt;&lt;/font&gt;" style="shape=hexagon;perimeter=hexagonPerimeter2;whiteSpace=wrap;html=1;fixedSize=1;fontSize=20;fillColor=#d5e8d4;strokeColor=#82b366;sketch=0;curveFitting=1;jiggle=2;verticalAlign=middle;" parent="1" vertex="1">
          <mxGeometry x="320" y="720" width="160" height="40" as="geometry" />
        </mxCell>
        <mxCell id="Qvge_kNMa0F2HOtWzDKr-3" value="&lt;font face=&quot;Courier New&quot;&gt;&lt;b&gt;slang&lt;/b&gt;&lt;/font&gt;" style="shape=hexagon;perimeter=hexagonPerimeter2;whiteSpace=wrap;html=1;fixedSize=1;fontSize=20;fillColor=#d5e8d4;strokeColor=#82b366;sketch=0;curveFitting=1;jiggle=2;verticalAlign=middle;" parent="1" vertex="1">
          <mxGeometry x="600" y="440" width="160" height="40" as="geometry" />
        </mxCell>
        <mxCell id="Qvge_kNMa0F2HOtWzDKr-4" value="&lt;font face=&quot;Courier New&quot;&gt;&lt;b&gt;GHDL&lt;/b&gt;&lt;/font&gt;" style="shape=hexagon;perimeter=hexagonPerimeter2;whiteSpace=wrap;html=1;fixedSize=1;fontSize=20;fillColor=#d5e8d4;strokeColor=#82b366;sketch=0;curveFitting=1;jiggle=2;verticalAlign=middle;" parent="1" vertex="1">
          <mxGeometry x="600" y="480" width="160" height="40" as="geometry" />
        </mxCell>
        <mxCell id="Qvge_kNMa0F2HOtWzDKr-5" value="&lt;font face=&quot;Courier New&quot;&gt;&lt;b&gt;KLayout-PEX&lt;/b&gt;&lt;/font&gt;" style="shape=hexagon;perimeter=hexagonPerimeter2;whiteSpace=wrap;html=1;fixedSize=1;fontSize=20;fillColor=#d5e8d4;strokeColor=#82b366;sketch=0;curveFitting=1;jiggle=2;verticalAlign=middle;" parent="1" vertex="1">
          <mxGeometry x="-400" y="760" width="160" height="40" as="geometry" />
        </mxCell>
        <mxCell id="Qvge_kNMa0F2HOtWzDKr-7" value="&lt;font face=&quot;Courier New&quot;&gt;&lt;b&gt;GDSFactory&lt;/b&gt;&lt;/font&gt;" style="shape=hexagon;perimeter=hexagonPerimeter2;whiteSpace=wrap;html=1;fixedSize=1;fontSize=20;fillColor=#d5e8d4;strokeColor=#82b366;sketch=0;curveFitting=1;jiggle=2;verticalAlign=middle;" parent="1" vertex="1">
          <mxGeometry x="-390" y="480" width="160" height="40" as="geometry" />
        </mxCell>
        <mxCell id="Qvge_kNMa0F2HOtWzDKr-8" value="&lt;font face=&quot;Courier New&quot;&gt;&lt;b&gt;...&lt;/b&gt;&lt;/font&gt;" style="shape=hexagon;perimeter=hexagonPerimeter2;whiteSpace=wrap;html=1;fixedSize=1;fontSize=20;fillColor=#d5e8d4;strokeColor=#82b366;sketch=0;curveFitting=1;jiggle=2;verticalAlign=middle;" parent="1" vertex="1">
          <mxGeometry x="-390" y="520" width="160" height="40" as="geometry" />
        </mxCell>
-         <mxCell id="Qvge_kNMa0F2HOtWzDKr-9" value="&lt;font face=&quot;Courier New&quot;&gt;&lt;b&gt;GTKWave&lt;/b&gt;&lt;/font&gt;" style="shape=hexagon;perimeter=hexagonPerimeter2;whiteSpace=wrap;html=1;fixedSize=1;fontSize=20;fillColor=#d5e8d4;strokeColor=#82b366;sketch=0;curveFitting=1;jiggle=2;verticalAlign=middle;" parent="1" vertex="1">
+         <mxCell id="Qvge_kNMa0F2HOtWzDKr-9" value="&lt;font face=&quot;Courier New&quot;&gt;&lt;b&gt;cocotb&lt;/b&gt;&lt;/font&gt;" style="shape=hexagon;perimeter=hexagonPerimeter2;whiteSpace=wrap;html=1;fixedSize=1;fontSize=20;fillColor=#d5e8d4;strokeColor=#82b366;sketch=0;curveFitting=1;jiggle=2;verticalAlign=middle;" parent="1" vertex="1">
          <mxGeometry x="40" y="480" width="160" height="40" as="geometry" />
        </mxCell>
        <mxCell id="Qvge_kNMa0F2HOtWzDKr-10" value="&lt;b&gt;&lt;font face=&quot;Courier New&quot;&gt;Surfer&lt;/font&gt;&lt;/b&gt;" style="shape=hexagon;perimeter=hexagonPerimeter2;whiteSpace=wrap;html=1;fixedSize=1;fontSize=20;fillColor=#d5e8d4;strokeColor=#82b366;sketch=0;curveFitting=1;jiggle=2;verticalAlign=middle;" parent="1" vertex="1">
          <mxGeometry x="40" y="520" width="160" height="40" as="geometry" />
        </mxCell>
        <mxCell id="Qvge_kNMa0F2HOtWzDKr-11" value="&lt;font face=&quot;Courier New&quot;&gt;&lt;b&gt;CACE&lt;/b&gt;&lt;/font&gt;" style="shape=hexagon;perimeter=hexagonPerimeter2;whiteSpace=wrap;html=1;fixedSize=1;fontSize=20;fillColor=#d5e8d4;strokeColor=#82b366;sketch=0;curveFitting=1;jiggle=2;verticalAlign=middle;" parent="1" vertex="1">
          <mxGeometry x="-200" y="480" width="160" height="40" as="geometry" />
        </mxCell>
        <mxCell id="Qvge_kNMa0F2HOtWzDKr-12" value="&lt;b&gt;&lt;font face=&quot;Courier New&quot;&gt;ORFS&lt;/font&gt;&lt;/b&gt;" style="shape=hexagon;perimeter=hexagonPerimeter2;whiteSpace=wrap;html=1;fixedSize=1;fontSize=20;fillColor=#d5e8d4;strokeColor=#82b366;sketch=0;curveFitting=1;jiggle=2;verticalAlign=middle;" parent="1" vertex="1">
          <mxGeometry x="230" y="520" width="160" height="40" as="geometry" />
        </mxCell>
        <mxCell id="Qvge_kNMa0F2HOtWzDKr-13" value="&lt;font face=&quot;Courier New&quot;&gt;&lt;b&gt;ABC&lt;/b&gt;&lt;/font&gt;" style="shape=hexagon;perimeter=hexagonPerimeter2;whiteSpace=wrap;html=1;fixedSize=1;fontSize=20;fillColor=#d5e8d4;strokeColor=#82b366;sketch=0;curveFitting=1;jiggle=2;verticalAlign=middle;" parent="1" vertex="1">
          <mxGeometry x="600" y="520" width="160" height="40" as="geometry" />
        </mxCell>
-         <mxCell id="Qvge_kNMa0F2HOtWzDKr-14" value="&lt;b&gt;&lt;font face=&quot;Courier New&quot;&gt;cocotb&lt;/font&gt;&lt;/b&gt;" style="shape=hexagon;perimeter=hexagonPerimeter2;whiteSpace=wrap;html=1;fixedSize=1;fontSize=20;fillColor=#d5e8d4;strokeColor=#82b366;sketch=0;curveFitting=1;jiggle=2;verticalAlign=middle;" parent="1" vertex="1">
+         <mxCell id="Qvge_kNMa0F2HOtWzDKr-14" value="&lt;b&gt;&lt;font face=&quot;Courier New&quot;&gt;GTKWave&lt;/font&gt;&lt;/b&gt;" style="shape=hexagon;perimeter=hexagonPerimeter2;whiteSpace=wrap;html=1;fixedSize=1;fontSize=20;fillColor=#d5e8d4;strokeColor=#82b366;sketch=0;curveFitting=1;jiggle=2;verticalAlign=middle;" parent="1" vertex="1">
          <mxGeometry x="40" y="560" width="160" height="40" as="geometry" />
        </mxCell>
        <mxCell id="Y15wIVVsu7KqYXrmhGja-1" value="&lt;font style=&quot;font-size: 14px;&quot; face=&quot;Courier New&quot;&gt;&lt;b style=&quot;&quot;&gt;SiliconCompiler&lt;/b&gt;&lt;/font&gt;" style="shape=hexagon;perimeter=hexagonPerimeter2;whiteSpace=wrap;html=1;fixedSize=1;fontSize=20;fillColor=#d5e8d4;strokeColor=#82b366;sketch=0;curveFitting=1;jiggle=2;verticalAlign=middle;spacingTop=-6;" parent="1" vertex="1">
          <mxGeometry x="230" y="560" width="160" height="40" as="geometry" />
        </mxCell>
        <mxCell id="Y15wIVVsu7KqYXrmhGja-4" value="&lt;font face=&quot;Courier New&quot;&gt;&lt;b&gt;QFlow&lt;/b&gt;&lt;/font&gt;" style="shape=hexagon;perimeter=hexagonPerimeter2;whiteSpace=wrap;html=1;fixedSize=1;fontSize=20;fillColor=#d5e8d4;strokeColor=#82b366;sketch=0;curveFitting=1;jiggle=2;verticalAlign=middle;" parent="1" vertex="1">
          <mxGeometry x="410" y="520" width="160" height="40" as="geometry" />
        </mxCell>
        <mxCell id="kkWP23_oZWKJO0CAKEEi-1" value="&lt;font face=&quot;Courier New&quot;&gt;&lt;b&gt;...&lt;/b&gt;&lt;/font&gt;" style="shape=hexagon;perimeter=hexagonPerimeter2;whiteSpace=wrap;html=1;fixedSize=1;fontSize=20;fillColor=#d5e8d4;strokeColor=#82b366;sketch=0;curveFitting=1;jiggle=2;verticalAlign=middle;" parent="1" vertex="1">
          <mxGeometry x="410" y="560" width="160" height="40" as="geometry" />
        </mxCell>
        <mxCell id="o7fkNWTPCFwKS8ohGtcQ-1" value="&lt;font face=&quot;Courier New&quot;&gt;&lt;b&gt;ihp-sg13g2&lt;/b&gt;&lt;/font&gt;" style="shape=hexagon;perimeter=hexagonPerimeter2;whiteSpace=wrap;html=1;fixedSize=1;fontSize=20;fillColor=#e1d5e7;strokeColor=#9673a6;sketch=0;curveFitting=1;jiggle=2;verticalAlign=middle;" parent="1" vertex="1">
          <mxGeometry x="-80" y="240" width="160" height="40" as="geometry" />
        </mxCell>
        <mxCell id="adv-1-fXFsJMirC1D8KB-1" value="&lt;font face=&quot;Courier New&quot;&gt;&lt;b&gt;VACASK&lt;/b&gt;&lt;/font&gt;" style="shape=hexagon;perimeter=hexagonPerimeter2;whiteSpace=wrap;html=1;fixedSize=1;fontSize=20;fillColor=#d5e8d4;strokeColor=#82b366;sketch=0;curveFitting=1;jiggle=2;verticalAlign=middle;" parent="1" vertex="1">
          <mxGeometry x="-200" y="520" width="160" height="40" as="geometry" />
        </mxCell>
        <mxCell id="xXsUKCN9qZsC4wc7F6m8-1" value="EMS" style="rounded=1;whiteSpace=wrap;html=1;fontSize=20;fillColor=#dae8fc;strokeColor=#6c8ebf;strokeWidth=3;shadow=0;sketch=0;curveFitting=1;jiggle=2;fontStyle=1;verticalAlign=middle;" parent="1" vertex="1">
          <mxGeometry x="-200" y="680" width="80" height="40" as="geometry" />
        </mxCell>
        <mxCell id="xXsUKCN9qZsC4wc7F6m8-2" value="&lt;b style=&quot;font-family: &amp;quot;Courier New&amp;quot;;&quot;&gt;openEMS&lt;/b&gt;" style="shape=hexagon;perimeter=hexagonPerimeter2;whiteSpace=wrap;html=1;fixedSize=1;fontSize=20;fillColor=#d5e8d4;strokeColor=#82b366;sketch=0;curveFitting=1;jiggle=2;verticalAlign=middle;" parent="1" vertex="1">
          <mxGeometry x="-240" y="760" width="160" height="40" as="geometry" />
        </mxCell>
        <mxCell id="xXsUKCN9qZsC4wc7F6m8-3" value="&lt;div&gt;&lt;b style=&quot;font-family: &amp;quot;Courier New&amp;quot;; background-color: transparent; color: light-dark(rgb(0, 0, 0), rgb(255, 255, 255));&quot;&gt;Palace&lt;/b&gt;&lt;/div&gt;" style="shape=hexagon;perimeter=hexagonPerimeter2;whiteSpace=wrap;html=1;fixedSize=1;fontSize=20;fillColor=#d5e8d4;strokeColor=#82b366;sketch=0;curveFitting=1;jiggle=2;verticalAlign=middle;" parent="1" vertex="1">
          <mxGeometry x="-240" y="720" width="160" height="40" as="geometry" />
+         </mxCell>
+         <mxCell id="EeJ-9MJvuwfld9a2sKPf-1" value="&lt;font face=&quot;Courier New&quot; style=&quot;font-size: 16px;&quot;&gt;&lt;b style=&quot;&quot;&gt;ihp-sg13cmos5l&lt;/b&gt;&lt;/font&gt;" style="shape=hexagon;perimeter=hexagonPerimeter2;whiteSpace=wrap;html=1;fixedSize=1;fontSize=20;fillColor=#e1d5e7;strokeColor=#9673a6;sketch=0;curveFitting=1;jiggle=2;verticalAlign=top;" vertex="1" parent="1">
+           <mxGeometry x="-80" y="280" width="160" height="40" as="geometry" />
        </mxCell>
      </root>
    </mxGraphModel>
  </diagram>
</mxfile>
